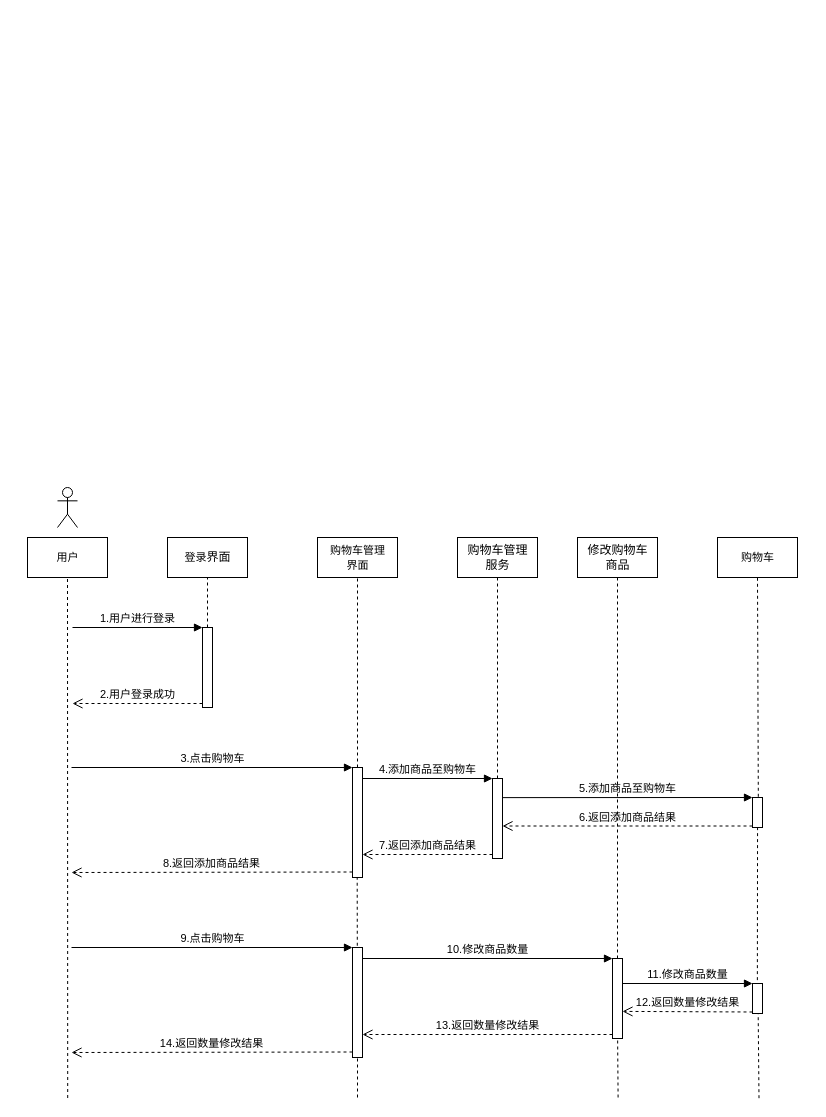
hongkingking/hkk keeps this draw.io diagram as page "购物车时序图" (23 of 23) of Untitled Diagram.drawio. Above is the earlier version. Source tidied: cells renumbered, new cells numbered last; positions are measured from the earlier drawing's top-left corner, leaving out a move shared by most shapes. Both pictures are drawn from the tidied source at 100%, with x=0, y=0 at pixel (27, 487).
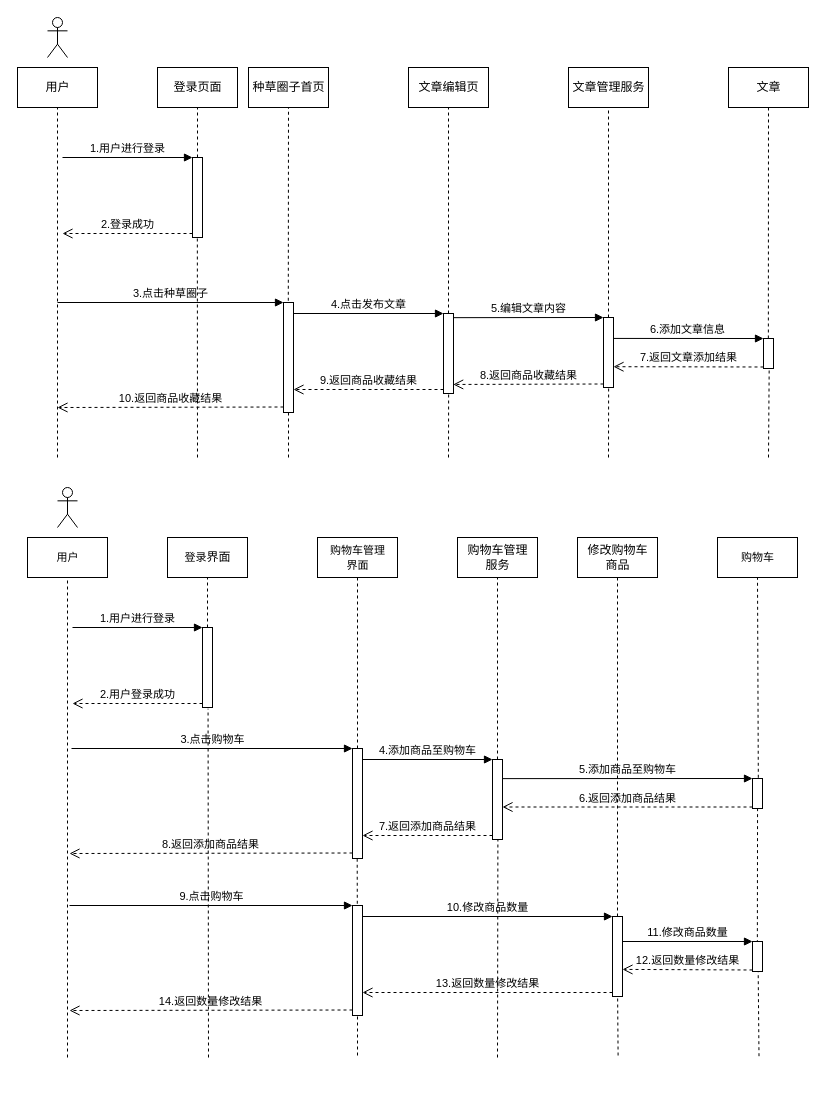
The same page after the edit.

Unchanged cells that the change refers to:
```xml
<mxCell id="7" style="html=1;points=[];perimeter=orthogonalPerimeter;strokeWidth=1;" parent="1" vertex="1">
  <mxGeometry x="175" y="140" width="10" height="80" as="geometry" />
</mxCell>
```

What changed in the source:
```diff
@@
     <mxCell id="10" style="html=1;points=[];perimeter=orthogonalPerimeter;strokeWidth=1;" parent="1" vertex="1">
-      <mxGeometry x="325" y="280" width="10" height="110" as="geometry" />
+      <mxGeometry x="325" y="261" width="10" height="110" as="geometry" />
     </mxCell>
     <mxCell id="11" value="3.点击购物车" style="html=1;verticalAlign=bottom;endArrow=block;entryX=0;entryY=0;rounded=0;" parent="1" edge="1" target="10">
       <mxGeometry relative="1" as="geometry">
-        <mxPoint x="44" y="280" as="sourcePoint" />
+        <mxPoint x="44" y="261" as="sourcePoint" />
       </mxGeometry>
     </mxCell>
     <mxCell id="12" value="8.返回添加商品结果" style="html=1;verticalAlign=bottom;endArrow=open;dashed=1;endSize=8;exitX=0;exitY=0.95;rounded=0;" parent="1" edge="1" source="10">
       <mxGeometry relative="1" as="geometry">
-        <mxPoint x="44" y="385" as="targetPoint" />
+        <mxPoint x="42" y="366" as="targetPoint" />
       </mxGeometry>
     </mxCell>
     <mxCell id="13" style="html=1;points=[];perimeter=orthogonalPerimeter;strokeWidth=1;" parent="1" vertex="1">
-      <mxGeometry x="465" y="291" width="10" height="80" as="geometry" />
+      <mxGeometry x="465" y="272" width="10" height="80" as="geometry" />
     </mxCell>
     <mxCell id="14" value="4.添加商品至购物车" style="html=1;verticalAlign=bottom;endArrow=block;entryX=0;entryY=0;rounded=0;" parent="1" edge="1" target="13">
       <mxGeometry relative="1" as="geometry">
-        <mxPoint x="335" y="291" as="sourcePoint" />
+        <mxPoint x="335" y="272" as="sourcePoint" />
       </mxGeometry>
     </mxCell>
     <mxCell id="15" value="7.返回添加商品结果" style="html=1;verticalAlign=bottom;endArrow=open;dashed=1;endSize=8;exitX=0;exitY=0.95;rounded=0;" parent="1" edge="1" source="13">
       <mxGeometry relative="1" as="geometry">
-        <mxPoint x="335" y="367" as="targetPoint" />
+        <mxPoint x="335" y="348" as="targetPoint" />
       </mxGeometry>
     </mxCell>
     <mxCell id="16" style="html=1;points=[];perimeter=orthogonalPerimeter;strokeWidth=1;" parent="1" vertex="1">
-      <mxGeometry x="725" y="496" width="10" height="30" as="geometry" />
+      <mxGeometry x="725" y="454" width="10" height="30" as="geometry" />
     </mxCell>
     <mxCell id="17" value="11.修改商品数量" style="html=1;verticalAlign=bottom;endArrow=block;entryX=0;entryY=0;rounded=0;" parent="1" edge="1" target="16">
       <mxGeometry relative="1" as="geometry">
-        <mxPoint x="595" y="496" as="sourcePoint" />
+        <mxPoint x="595" y="454" as="sourcePoint" />
       </mxGeometry>
     </mxCell>
     <mxCell id="18" value="12.返回数量修改结果" style="html=1;verticalAlign=bottom;endArrow=open;dashed=1;endSize=8;exitX=0;exitY=0.95;rounded=0;entryX=0.996;entryY=0.449;entryDx=0;entryDy=0;entryPerimeter=0;" parent="1" edge="1" source="16">
       <mxGeometry relative="1" as="geometry">
-        <mxPoint x="595" y="523.9" as="targetPoint" />
+        <mxPoint x="595" y="481.9" as="targetPoint" />
       </mxGeometry>
     </mxCell>
     <mxCell id="19" style="html=1;points=[];perimeter=orthogonalPerimeter;strokeWidth=1;" parent="1" vertex="1">
-      <mxGeometry x="325" y="460" width="10" height="110" as="geometry" />
+      <mxGeometry x="325" y="418" width="10" height="110" as="geometry" />
     </mxCell>
     <mxCell id="20" value="9.点击购物车" style="html=1;verticalAlign=bottom;endArrow=block;entryX=0;entryY=0;rounded=0;" parent="1" edge="1" target="19">
       <mxGeometry relative="1" as="geometry">
-        <mxPoint x="44" y="460" as="sourcePoint" />
+        <mxPoint x="42" y="418" as="sourcePoint" />
       </mxGeometry>
     </mxCell>
     <mxCell id="21" value="14.返回数量修改结果" style="html=1;verticalAlign=bottom;endArrow=open;dashed=1;endSize=8;exitX=0;exitY=0.95;rounded=0;" parent="1" edge="1" source="19">
       <mxGeometry relative="1" as="geometry">
-        <mxPoint x="44" y="565" as="targetPoint" />
+        <mxPoint x="42" y="523" as="targetPoint" />
       </mxGeometry>
     </mxCell>
     <mxCell id="22" style="html=1;points=[];perimeter=orthogonalPerimeter;strokeWidth=1;" parent="1" vertex="1">
-      <mxGeometry x="585" y="471" width="10" height="80" as="geometry" />
+      <mxGeometry x="585" y="429" width="10" height="80" as="geometry" />
     </mxCell>
     <mxCell id="23" value="10.修改商品数量" style="html=1;verticalAlign=bottom;endArrow=block;entryX=0;entryY=0;rounded=0;" parent="1" edge="1" target="22">
       <mxGeometry relative="1" as="geometry">
-        <mxPoint x="335" y="471" as="sourcePoint" />
+        <mxPoint x="335" y="429" as="sourcePoint" />
       </mxGeometry>
     </mxCell>
     <mxCell id="24" value="13.返回数量修改结果" style="html=1;verticalAlign=bottom;endArrow=open;dashed=1;endSize=8;exitX=0;exitY=0.95;rounded=0;" parent="1" edge="1" source="22">
       <mxGeometry relative="1" as="geometry">
-        <mxPoint x="335" y="547" as="targetPoint" />
+        <mxPoint x="335" y="505" as="targetPoint" />
       </mxGeometry>
     </mxCell>
     <mxCell id="25" style="html=1;points=[];perimeter=orthogonalPerimeter;strokeWidth=1;" parent="1" vertex="1">
-      <mxGeometry x="725" y="310" width="10" height="30" as="geometry" />
+      <mxGeometry x="725" y="291" width="10" height="30" as="geometry" />
     </mxCell>
@@
     <mxCell id="33" style="endArrow=none;dashed=1;html=1;rounded=0;entryX=0.5;entryY=1.001;entryDx=0;entryDy=0;entryPerimeter=0;exitX=0.411;exitY=0.503;exitDx=0;exitDy=0;exitPerimeter=0;" parent="1" edge="1" target="19">
       <mxGeometry relative="1" as="geometry">
-        <mxPoint x="330" y="610" as="sourcePoint" />
+        <mxPoint x="330" y="568" as="sourcePoint" />
       </mxGeometry>
     </mxCell>
@@
     <mxCell id="35" style="endArrow=none;dashed=1;html=1;rounded=0;entryX=0.513;entryY=1.008;entryDx=0;entryDy=0;entryPerimeter=0;exitX=0.768;exitY=0.503;exitDx=0;exitDy=0;exitPerimeter=0;" parent="1" edge="1" target="22">
       <mxGeometry relative="1" as="geometry">
-        <mxPoint x="590.6" y="610" as="sourcePoint" />
+        <mxPoint x="590.6" y="568" as="sourcePoint" />
       </mxGeometry>
     </mxCell>
     <mxCell id="36" style="endArrow=none;dashed=1;html=1;rounded=0;entryX=0.568;entryY=0.989;entryDx=0;entryDy=0;entryPerimeter=0;exitX=0.961;exitY=0.591;exitDx=0;exitDy=0;exitPerimeter=0;" parent="1" edge="1" target="16">
       <mxGeometry relative="1" as="geometry">
-        <mxPoint x="731.5" y="610.7" as="sourcePoint" />
+        <mxPoint x="731.5" y="568.7" as="sourcePoint" />
       </mxGeometry>
     </mxCell>
@@
-    <mxCell id="38" style="endArrow=none;dashed=1;html=1;rounded=0;entryX=0.5;entryY=1;entryDx=0;entryDy=0;exitX=0.014;exitY=0.567;exitDx=0;exitDy=0;exitPerimeter=0;" parent="1" edge="1">
+    <mxCell id="38" style="endArrow=none;dashed=1;html=1;rounded=0;entryX=0.5;entryY=1;entryDx=0;entryDy=0;" parent="1" edge="1">
       <mxGeometry relative="1" as="geometry">
-        <mxPoint x="40.2" y="610.5" as="sourcePoint" />
+        <mxPoint x="40" y="570" as="sourcePoint" />
         <mxPoint x="40" y="90" as="targetPoint" />
       </mxGeometry>
     </mxCell>
@@
+    <mxCell id="41" style="endArrow=none;dashed=1;html=1;rounded=0;entryX=0.556;entryY=1.015;entryDx=0;entryDy=0;entryPerimeter=0;" parent="1" edge="1" target="7">
+      <mxGeometry relative="1" as="geometry">
+        <mxPoint x="181" y="570" as="sourcePoint" />
+      </mxGeometry>
+    </mxCell>
+    <mxCell id="42" value="&lt;div&gt;&lt;br&gt;&lt;/div&gt;&lt;div&gt;&lt;br&gt;&lt;/div&gt;&lt;div&gt;&lt;br&gt;&lt;/div&gt;" style="text;html=1;align=center;verticalAlign=middle;strokeColor=none;fillColor=none;" parent="1" vertex="1">
+      <mxGeometry x="75" y="-460" width="20" height="50" as="geometry" />
+    </mxCell>
+    <mxCell id="43" value="登录页面" style="html=1;strokeWidth=1;" parent="1" vertex="1">
+      <mxGeometry x="130" y="-420" width="80" height="40" as="geometry" />
+    </mxCell>
+    <mxCell id="44" value="种草圈子首页" style="html=1;strokeWidth=1;" parent="1" vertex="1">
+      <mxGeometry x="221" y="-420" width="80" height="40" as="geometry" />
+    </mxCell>
+    <mxCell id="45" value="文章编辑页" style="html=1;strokeWidth=1;" parent="1" vertex="1">
+      <mxGeometry x="381" y="-420" width="80" height="40" as="geometry" />
+    </mxCell>
+    <mxCell id="46" value="文章" style="html=1;strokeWidth=1;" parent="1" vertex="1">
+      <mxGeometry x="701" y="-420" width="80" height="40" as="geometry" />
+    </mxCell>
+    <mxCell id="47" style="html=1;points=[];perimeter=orthogonalPerimeter;strokeWidth=1;" parent="1" vertex="1">
+      <mxGeometry x="165" y="-330" width="10" height="80" as="geometry" />
+    </mxCell>
+    <mxCell id="48" value="1.用户进行登录" style="html=1;verticalAlign=bottom;endArrow=block;entryX=0;entryY=0;rounded=0;" parent="1" edge="1" target="47">
+      <mxGeometry relative="1" as="geometry">
+        <mxPoint x="35" y="-330" as="sourcePoint" />
+      </mxGeometry>
+    </mxCell>
+    <mxCell id="49" value="2.登录成功" style="html=1;verticalAlign=bottom;endArrow=open;dashed=1;endSize=8;exitX=0;exitY=0.95;rounded=0;" parent="1" edge="1" source="47">
+      <mxGeometry relative="1" as="geometry">
+        <mxPoint x="35" y="-254" as="targetPoint" />
+      </mxGeometry>
+    </mxCell>
+    <mxCell id="50" style="html=1;points=[];perimeter=orthogonalPerimeter;strokeWidth=1;" parent="1" vertex="1">
+      <mxGeometry x="736" y="-149" width="10" height="30" as="geometry" />
+    </mxCell>
+    <mxCell id="51" value="6.添加文章信息" style="html=1;verticalAlign=bottom;endArrow=block;entryX=0;entryY=0;rounded=0;exitX=0.923;exitY=0.299;exitDx=0;exitDy=0;exitPerimeter=0;" parent="1" edge="1" source="71" target="50">
+      <mxGeometry relative="1" as="geometry" />
+    </mxCell>
+    <mxCell id="52" value="7.返回文章添加结果" style="html=1;verticalAlign=bottom;endArrow=open;dashed=1;endSize=8;exitX=0;exitY=0.95;rounded=0;entryX=1;entryY=0.703;entryDx=0;entryDy=0;entryPerimeter=0;" parent="1" edge="1" source="50" target="71">
+      <mxGeometry relative="1" as="geometry" />
+    </mxCell>
+    <mxCell id="53" style="html=1;points=[];perimeter=orthogonalPerimeter;strokeWidth=1;" parent="1" vertex="1">
+      <mxGeometry x="256" y="-185" width="10" height="110" as="geometry" />
+    </mxCell>
+    <mxCell id="54" value="3.点击种草圈子" style="html=1;verticalAlign=bottom;endArrow=block;entryX=0;entryY=0;rounded=0;" parent="1" edge="1" target="53">
+      <mxGeometry relative="1" as="geometry">
+        <mxPoint x="30" y="-185" as="sourcePoint" />
+      </mxGeometry>
+    </mxCell>
+    <mxCell id="55" value="10.返回商品收藏结果" style="html=1;verticalAlign=bottom;endArrow=open;dashed=1;endSize=8;exitX=0;exitY=0.95;rounded=0;" parent="1" edge="1" source="53">
+      <mxGeometry relative="1" as="geometry">
+        <mxPoint x="30" y="-80" as="targetPoint" />
+      </mxGeometry>
+    </mxCell>
+    <mxCell id="56" style="html=1;points=[];perimeter=orthogonalPerimeter;strokeWidth=1;" parent="1" vertex="1">
+      <mxGeometry x="416" y="-174" width="10" height="80" as="geometry" />
+    </mxCell>
+    <mxCell id="57" value="4.点击发布文章" style="html=1;verticalAlign=bottom;endArrow=block;entryX=0;entryY=0;rounded=0;" parent="1" edge="1" target="56">
+      <mxGeometry relative="1" as="geometry">
+        <mxPoint x="266" y="-174" as="sourcePoint" />
+      </mxGeometry>
+    </mxCell>
+    <mxCell id="58" value="9.返回商品收藏结果" style="html=1;verticalAlign=bottom;endArrow=open;dashed=1;endSize=8;exitX=0;exitY=0.95;rounded=0;" parent="1" edge="1" source="56">
+      <mxGeometry relative="1" as="geometry">
+        <mxPoint x="266" y="-98" as="targetPoint" />
+      </mxGeometry>
+    </mxCell>
+    <mxCell id="59" style="endArrow=none;dashed=1;html=1;rounded=0;entryX=0.5;entryY=1;entryDx=0;entryDy=0;" parent="1" edge="1" source="47" target="43">
+      <mxGeometry relative="1" as="geometry" />
+    </mxCell>
+    <mxCell id="60" style="endArrow=none;dashed=1;html=1;rounded=0;entryX=0.5;entryY=1;entryDx=0;entryDy=0;" parent="1" edge="1" source="56" target="45">
+      <mxGeometry relative="1" as="geometry" />
+    </mxCell>
+    <mxCell id="61" style="endArrow=none;dashed=1;html=1;rounded=0;entryX=0.484;entryY=1.004;entryDx=0;entryDy=0;entryPerimeter=0;" parent="1" edge="1" target="47">
+      <mxGeometry relative="1" as="geometry">
+        <mxPoint x="170" y="-30" as="sourcePoint" />
+      </mxGeometry>
+    </mxCell>
+    <mxCell id="62" style="endArrow=none;dashed=1;html=1;rounded=0;entryX=0.5;entryY=1.001;entryDx=0;entryDy=0;entryPerimeter=0;" parent="1" edge="1" target="53">
+      <mxGeometry relative="1" as="geometry">
+        <mxPoint x="261" y="-30" as="sourcePoint" />
+      </mxGeometry>
+    </mxCell>
+    <mxCell id="63" style="endArrow=none;dashed=1;html=1;rounded=0;exitX=0.48;exitY=-0.016;exitDx=0;exitDy=0;exitPerimeter=0;entryX=0.5;entryY=1;entryDx=0;entryDy=0;" parent="1" edge="1" source="53" target="44">
+      <mxGeometry relative="1" as="geometry" />
+    </mxCell>
+    <mxCell id="64" style="endArrow=none;dashed=1;html=1;rounded=0;entryX=0.513;entryY=1.008;entryDx=0;entryDy=0;entryPerimeter=0;" parent="1" edge="1" target="56">
+      <mxGeometry relative="1" as="geometry">
+        <mxPoint x="421" y="-30" as="sourcePoint" />
+      </mxGeometry>
+    </mxCell>
+    <mxCell id="65" style="endArrow=none;dashed=1;html=1;rounded=0;entryX=0.568;entryY=0.989;entryDx=0;entryDy=0;entryPerimeter=0;" parent="1" edge="1" target="50">
+      <mxGeometry relative="1" as="geometry">
+        <mxPoint x="741" y="-30" as="sourcePoint" />
+      </mxGeometry>
+    </mxCell>
+    <mxCell id="66" style="endArrow=none;dashed=1;html=1;rounded=0;entryX=0.486;entryY=-0.017;entryDx=0;entryDy=0;exitX=0.5;exitY=1;exitDx=0;exitDy=0;entryPerimeter=0;" parent="1" edge="1" source="46" target="50">
+      <mxGeometry relative="1" as="geometry" />
+    </mxCell>
+    <mxCell id="67" value="用户" style="html=1;strokeWidth=1;" parent="1" vertex="1">
+      <mxGeometry x="-10" y="-420" width="80" height="40" as="geometry" />
+    </mxCell>
+    <mxCell id="68" style="endArrow=none;dashed=1;html=1;rounded=0;entryX=0.5;entryY=1;entryDx=0;entryDy=0;" parent="1" edge="1" target="67">
+      <mxGeometry relative="1" as="geometry">
+        <mxPoint x="30" y="-30" as="sourcePoint" />
+      </mxGeometry>
+    </mxCell>
+    <mxCell id="69" style="shape=umlActor;verticalLabelPosition=bottom;verticalAlign=top;html=1;" parent="1" vertex="1">
+      <mxGeometry x="20" y="-470" width="20" height="40" as="geometry" />
+    </mxCell>
+    <mxCell id="70" value="文章管理服务" style="html=1;strokeWidth=1;" parent="1" vertex="1">
+      <mxGeometry x="541" y="-420" width="80" height="40" as="geometry" />
+    </mxCell>
+    <mxCell id="71" style="html=1;points=[];perimeter=orthogonalPerimeter;strokeWidth=1;" parent="1" vertex="1">
+      <mxGeometry x="576" y="-170" width="10" height="70" as="geometry" />
+    </mxCell>
+    <mxCell id="72" value="5.编辑文章内容" style="html=1;verticalAlign=bottom;endArrow=block;entryX=0;entryY=0;rounded=0;exitX=0.985;exitY=0.052;exitDx=0;exitDy=0;exitPerimeter=0;" parent="1" edge="1" source="56" target="71">
+      <mxGeometry relative="1" as="geometry" />
+    </mxCell>
+    <mxCell id="73" value="8.返回商品收藏结果" style="html=1;verticalAlign=bottom;endArrow=open;dashed=1;endSize=8;exitX=0;exitY=0.95;rounded=0;entryX=0.969;entryY=0.887;entryDx=0;entryDy=0;entryPerimeter=0;" parent="1" edge="1" source="71" target="56">
+      <mxGeometry relative="1" as="geometry" />
+    </mxCell>
+    <mxCell id="74" style="endArrow=none;dashed=1;html=1;rounded=0;entryX=0.5;entryY=1;entryDx=0;entryDy=0;" parent="1" edge="1" source="71" target="70">
+      <mxGeometry relative="1" as="geometry" />
+    </mxCell>
+    <mxCell id="75" style="endArrow=none;dashed=1;html=1;rounded=0;entryX=0.513;entryY=1.008;entryDx=0;entryDy=0;entryPerimeter=0;" parent="1" edge="1" target="71">
+      <mxGeometry relative="1" as="geometry">
+        <mxPoint x="581" y="-30" as="sourcePoint" />
+      </mxGeometry>
+    </mxCell>
+    <mxCell id="76" style="endArrow=none;dashed=1;html=1;rounded=0;entryX=0.54;entryY=0.997;entryDx=0;entryDy=0;entryPerimeter=0;" parent="1" edge="1" target="13">
+      <mxGeometry relative="1" as="geometry">
+        <mxPoint x="470" y="570" as="sourcePoint" />
+      </mxGeometry>
+    </mxCell>
```
